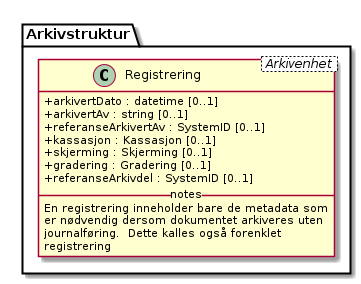
Above: kapitler/media/uml-klasse-konspetet-bruker-registrering-som-eksempel.png in arkivverket/noark5-tjenestegrensesnitt-standard (PlantUML), before the change.
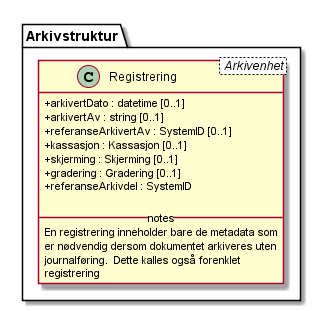
Above is the later version.

Commit message:
SystemId cardinality is changed p.30

The edit, as a diff of the source:
```diff
@@ -7,7 +7,7 @@
   +kassasjon : Kassasjon [0..1]
   +skjerming : Skjerming [0..1]
   +gradering : Gradering [0..1]
-  +referanseArkivdel : SystemID [0..1]
+  +referanseArkivdel : SystemID
 
   __ notes __
   En registrering inneholder bare de metadata som
```
